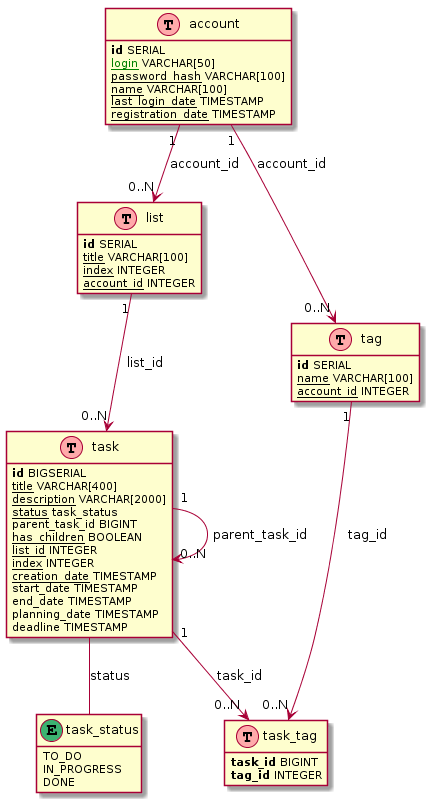
Above: db/noodle-db.png in Restless-Anchoret/noodle-doc (PlantUML), before the change.
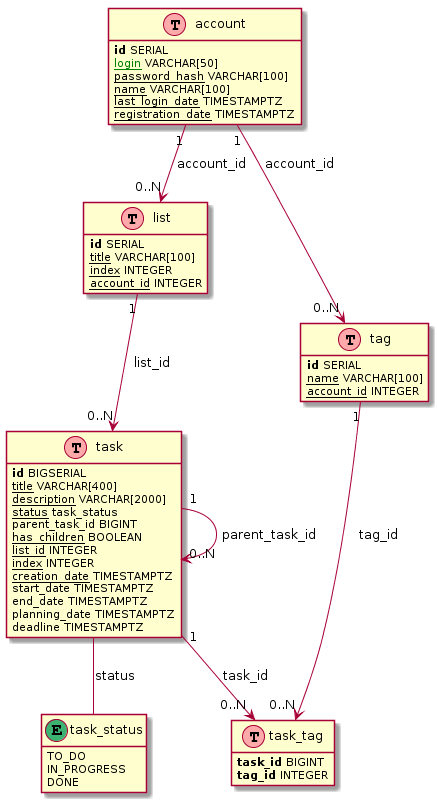
The same diagram one commit later.

Commit message:
Timestamp type was replaced by timestamp with time zone in database schema.

What changed in the source:
```diff
@@ -10,8 +10,8 @@
   <color:green><u>login</u></color> VARCHAR[50]
   <u>password_hash</u> VARCHAR[100]
   <u>name</u> VARCHAR[100]
-  <u>last_login_date</u> TIMESTAMP
-  <u>registration_date</u> TIMESTAMP
+  <u>last_login_date</u> TIMESTAMPTZ
+  <u>registration_date</u> TIMESTAMPTZ
 }
 
 class list as "list" << (T,#FFAAAA) >> {
@@ -30,11 +30,11 @@
   <u>has_children</u> BOOLEAN
   <u>list_id</u> INTEGER
   <u>index</u> INTEGER
-  <u>creation_date</u> TIMESTAMP
-  start_date TIMESTAMP
-  end_date TIMESTAMP
-  planning_date TIMESTAMP
-  deadline TIMESTAMP
+  <u>creation_date</u> TIMESTAMPTZ
+  start_date TIMESTAMPTZ
+  end_date TIMESTAMPTZ
+  planning_date TIMESTAMPTZ
+  deadline TIMESTAMPTZ
 }
 
 class task_status as "task_status" << (E,#3CB371) >> {
```
